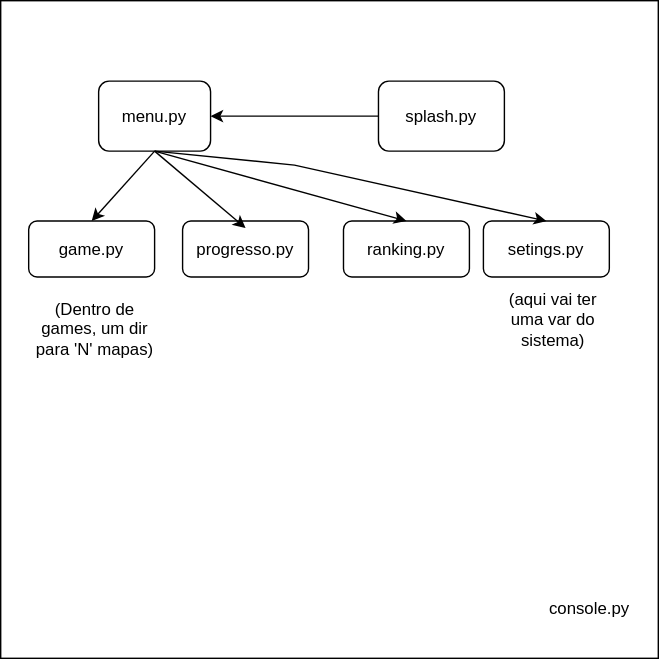
Above: planjamento.drawio.svg in JJ-s-Rouguelike/Campanha (draw.io), before the change. Source tidied: cells renumbered, new cells last; positions are measured from the earlier drawing's top-left corner, leaving out a move shared by most shapes.
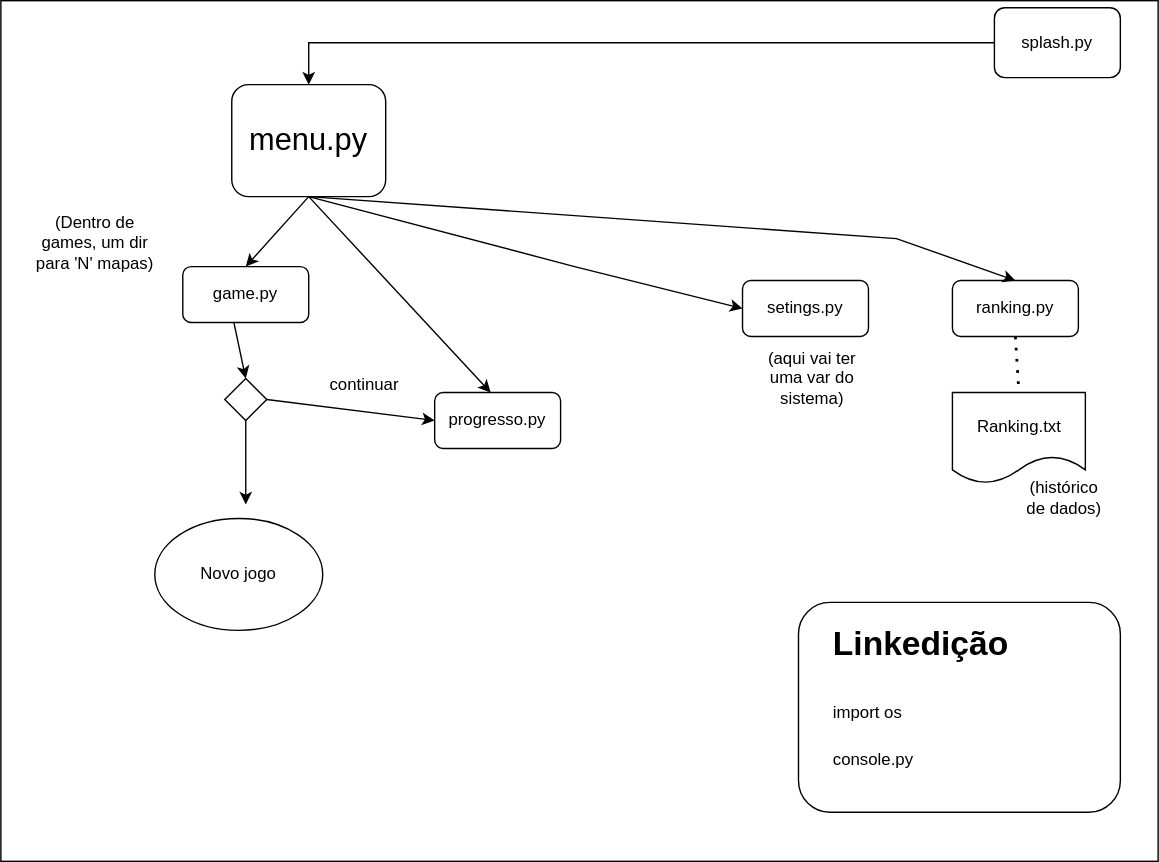
Above is the later version.

Commit message:
novo plano

Diff of the diagram source:
```diff
@@ -2,74 +2,121 @@
   <root>
     <mxCell id="0" />
     <mxCell id="1" parent="0" />
-    <mxCell id="2" style="whiteSpace=wrap;html=1;" parent="1" vertex="1">
-      <mxGeometry width="470" height="470" as="geometry" />
-    </mxCell>
-    <mxCell id="3" value="console.py" style="text;html=1;strokeColor=none;fillColor=none;align=center;verticalAlign=middle;whiteSpace=wrap;rounded=0;" parent="1" vertex="1">
-      <mxGeometry x="391" y="420" width="60" height="30" as="geometry" />
-    </mxCell>
+    <mxCell id="23" style="rounded=0;whiteSpace=wrap;html=1;" parent="1" vertex="1">
+      <mxGeometry x="-179" y="-150" width="827" height="615" as="geometry" />
+    </mxCell>
     <mxCell id="4" style="rounded=1;whiteSpace=wrap;html=1;" parent="1" vertex="1">
-      <mxGeometry x="70" y="57.5" width="80" height="50" as="geometry" />
+      <mxGeometry x="-14" y="-90" width="110" height="80" as="geometry" />
     </mxCell>
-    <mxCell id="5" value="menu.py" style="text;html=1;strokeColor=none;fillColor=none;align=center;verticalAlign=middle;whiteSpace=wrap;rounded=0;" parent="1" vertex="1">
-      <mxGeometry x="80" y="67.5" width="60" height="30" as="geometry" />
+    <mxCell id="5" value="&lt;font style=&quot;font-size: 22px;&quot;&gt;menu.py&lt;/font&gt;" style="text;html=1;strokeColor=none;fillColor=none;align=center;verticalAlign=middle;whiteSpace=wrap;rounded=0;" parent="1" vertex="1">
+      <mxGeometry x="11" y="-65" width="60" height="30" as="geometry" />
     </mxCell>
-    <mxCell id="6" style="edgeStyle=orthogonalEdgeStyle;rounded=0;jettySize=auto;html=1;" parent="1" edge="1" source="7" target="4">
-      <mxGeometry relative="1" as="geometry" />
-    </mxCell>
     <mxCell id="7" style="rounded=1;whiteSpace=wrap;html=1;" parent="1" vertex="1">
-      <mxGeometry x="270" y="57.5" width="90" height="50" as="geometry" />
+      <mxGeometry x="531" y="-145" width="90" height="50" as="geometry" />
     </mxCell>
     <mxCell id="8" value="splash.py" style="text;html=1;strokeColor=none;fillColor=none;align=center;verticalAlign=middle;whiteSpace=wrap;rounded=0;" parent="1" vertex="1">
-      <mxGeometry x="285" y="67.5" width="60" height="30" as="geometry" />
+      <mxGeometry x="546" y="-135" width="60" height="30" as="geometry" />
     </mxCell>
     <mxCell id="9" style="rounded=1;whiteSpace=wrap;html=1;" parent="1" vertex="1">
-      <mxGeometry x="20" y="157.5" width="90" height="40" as="geometry" />
+      <mxGeometry x="-49" y="40" width="90" height="40" as="geometry" />
     </mxCell>
     <mxCell id="10" value="game.py" style="text;html=1;strokeColor=none;fillColor=none;align=center;verticalAlign=middle;whiteSpace=wrap;rounded=0;" parent="1" vertex="1">
-      <mxGeometry x="35" y="162.5" width="60" height="30" as="geometry" />
+      <mxGeometry x="-34" y="45" width="60" height="30" as="geometry" />
     </mxCell>
     <mxCell id="11" style="rounded=1;whiteSpace=wrap;html=1;" parent="1" vertex="1">
-      <mxGeometry x="245" y="157.5" width="90" height="40" as="geometry" />
+      <mxGeometry x="501" y="50" width="90" height="40" as="geometry" />
     </mxCell>
     <mxCell id="12" style="endArrow=classic;html=1;rounded=0;exitX=0.5;exitY=1;exitDx=0;exitDy=0;entryX=0.5;entryY=0;entryDx=0;entryDy=0;" parent="1" edge="1" source="4" target="9">
       <mxGeometry relative="1" as="geometry" />
     </mxCell>
     <mxCell id="13" style="endArrow=classic;html=1;rounded=0;exitX=0.5;exitY=1;exitDx=0;exitDy=0;entryX=0.5;entryY=0;entryDx=0;entryDy=0;" parent="1" edge="1" source="4" target="11">
-      <mxGeometry relative="1" as="geometry" />
+      <mxGeometry relative="1" as="geometry">
+        <Array as="points">
+          <mxPoint x="461" y="20" />
+        </Array>
+      </mxGeometry>
     </mxCell>
     <mxCell id="14" value="ranking.py" style="text;html=1;strokeColor=none;fillColor=none;align=center;verticalAlign=middle;whiteSpace=wrap;rounded=0;" parent="1" vertex="1">
-      <mxGeometry x="260" y="162.5" width="60" height="30" as="geometry" />
+      <mxGeometry x="516" y="55" width="60" height="30" as="geometry" />
     </mxCell>
     <mxCell id="15" style="rounded=1;whiteSpace=wrap;html=1;" parent="1" vertex="1">
-      <mxGeometry x="345" y="157.5" width="90" height="40" as="geometry" />
+      <mxGeometry x="351" y="50" width="90" height="40" as="geometry" />
     </mxCell>
     <mxCell id="16" value="setings.py" style="text;html=1;strokeColor=none;fillColor=none;align=center;verticalAlign=middle;whiteSpace=wrap;rounded=0;" parent="1" vertex="1">
-      <mxGeometry x="360" y="162.5" width="60" height="30" as="geometry" />
+      <mxGeometry x="366" y="55" width="60" height="30" as="geometry" />
     </mxCell>
-    <mxCell id="17" style="endArrow=classic;html=1;rounded=0;exitX=0.5;exitY=1;exitDx=0;exitDy=0;entryX=0.5;entryY=0;entryDx=0;entryDy=0;" parent="1" edge="1" source="4" target="15">
+    <mxCell id="17" style="endArrow=classic;html=1;rounded=0;exitX=0.5;exitY=1;exitDx=0;exitDy=0;entryX=0;entryY=0.5;entryDx=0;entryDy=0;" parent="1" edge="1" source="4" target="15">
       <mxGeometry relative="1" as="geometry">
         <Array as="points">
-          <mxPoint x="210" y="117.5" />
+          <mxPoint x="231" y="40" />
         </Array>
       </mxGeometry>
     </mxCell>
     <mxCell id="18" value="(aqui vai ter uma var do sistema)" style="text;html=1;strokeColor=none;fillColor=none;align=center;verticalAlign=middle;whiteSpace=wrap;rounded=0;" parent="1" vertex="1">
-      <mxGeometry x="350" y="197.5" width="90" height="60" as="geometry" />
+      <mxGeometry x="356" y="90" width="90" height="60" as="geometry" />
     </mxCell>
     <mxCell id="19" value="(Dentro de games, um dir para 'N' mapas)" style="text;html=1;strokeColor=none;fillColor=none;align=center;verticalAlign=middle;whiteSpace=wrap;rounded=0;" parent="1" vertex="1">
-      <mxGeometry x="20" y="212.5" width="95" height="45" as="geometry" />
+      <mxGeometry x="-159" width="95" height="45" as="geometry" />
     </mxCell>
     <mxCell id="20" style="rounded=1;whiteSpace=wrap;html=1;" parent="1" vertex="1">
-      <mxGeometry x="130" y="157.5" width="90" height="40" as="geometry" />
+      <mxGeometry x="131" y="130" width="90" height="40" as="geometry" />
     </mxCell>
     <mxCell id="21" value="progresso.py" style="text;html=1;strokeColor=none;fillColor=none;align=center;verticalAlign=middle;whiteSpace=wrap;rounded=0;" parent="1" vertex="1">
-      <mxGeometry x="145" y="162.5" width="60" height="30" as="geometry" />
+      <mxGeometry x="146" y="135" width="60" height="30" as="geometry" />
     </mxCell>
-    <mxCell id="22" style="endArrow=classic;html=1;rounded=0;entryX=0.5;entryY=0;entryDx=0;entryDy=0;" parent="1" edge="1" target="21">
+    <mxCell id="22" style="endArrow=classic;html=1;rounded=0;" parent="1" edge="1">
       <mxGeometry relative="1" as="geometry">
-        <mxPoint x="110" y="107.5" as="sourcePoint" />
+        <mxPoint x="41" y="-10" as="sourcePoint" />
+        <mxPoint x="171" y="130" as="targetPoint" />
       </mxGeometry>
     </mxCell>
+    <mxCell id="24" style="rhombus;whiteSpace=wrap;html=1;" parent="1" vertex="1">
+      <mxGeometry x="-19" y="120" width="30" height="30" as="geometry" />
+    </mxCell>
+    <mxCell id="25" style="endArrow=classic;html=1;rounded=0;exitX=1;exitY=0.5;exitDx=0;exitDy=0;entryX=0;entryY=0.5;entryDx=0;entryDy=0;" parent="1" edge="1" source="24" target="20">
+      <mxGeometry relative="1" as="geometry" />
+    </mxCell>
+    <mxCell id="26" value="continuar" style="text;html=1;strokeColor=none;fillColor=none;align=center;verticalAlign=middle;whiteSpace=wrap;rounded=0;" parent="1" vertex="1">
+      <mxGeometry x="51" y="110" width="60" height="30" as="geometry" />
+    </mxCell>
+    <mxCell id="27" style="endArrow=classic;html=1;rounded=0;exitX=0.406;exitY=1.002;exitDx=0;exitDy=0;exitPerimeter=0;entryX=0.5;entryY=0;entryDx=0;entryDy=0;" parent="1" edge="1" source="9" target="24">
+      <mxGeometry relative="1" as="geometry" />
+    </mxCell>
+    <mxCell id="28" style="endArrow=classic;html=1;rounded=0;exitX=0.5;exitY=1;exitDx=0;exitDy=0;" parent="1" edge="1" source="24">
+      <mxGeometry relative="1" as="geometry">
+        <mxPoint x="-4" y="210" as="targetPoint" />
+      </mxGeometry>
+    </mxCell>
+    <mxCell id="29" style="rounded=1;whiteSpace=wrap;html=1;" parent="1" vertex="1">
+      <mxGeometry x="391" y="280" width="230" height="150" as="geometry" />
+    </mxCell>
+    <mxCell id="30" value="&lt;h1&gt;&lt;span style=&quot;background-color: initial;&quot;&gt;Linkedição&lt;/span&gt;&lt;/h1&gt;&lt;h1&gt;&lt;span style=&quot;font-size: 12px; font-weight: 400;&quot;&gt;import os&lt;/span&gt;&lt;/h1&gt;&lt;div&gt;&lt;span style=&quot;font-size: 12px; font-weight: 400;&quot;&gt;console.py&lt;/span&gt;&lt;/div&gt;" style="text;html=1;strokeColor=none;fillColor=none;spacing=5;spacingTop=-20;whiteSpace=wrap;overflow=hidden;rounded=0;" parent="1" vertex="1">
+      <mxGeometry x="411" y="290" width="190" height="120" as="geometry" />
+    </mxCell>
+    <mxCell id="6" style="endArrow=classic;html=1;rounded=0;exitX=0;exitY=0.5;exitDx=0;exitDy=0;entryX=0.5;entryY=0;entryDx=0;entryDy=0;" parent="1" edge="1" source="7" target="4">
+      <mxGeometry relative="1" as="geometry">
+        <Array as="points">
+          <mxPoint x="41" y="-120" />
+        </Array>
+      </mxGeometry>
+    </mxCell>
+    <mxCell id="31" style="shape=document;whiteSpace=wrap;html=1;boundedLbl=1;" parent="1" vertex="1">
+      <mxGeometry x="501" y="130" width="95" height="65" as="geometry" />
+    </mxCell>
+    <mxCell id="32" value="Ranking.txt" style="text;html=1;strokeColor=none;fillColor=none;align=center;verticalAlign=middle;whiteSpace=wrap;rounded=0;" parent="1" vertex="1">
+      <mxGeometry x="518.5" y="140" width="60" height="30" as="geometry" />
+    </mxCell>
+    <mxCell id="33" value="(histórico de dados)" style="text;html=1;strokeColor=none;fillColor=none;align=center;verticalAlign=middle;whiteSpace=wrap;rounded=0;" parent="1" vertex="1">
+      <mxGeometry x="551" y="190" width="60" height="30" as="geometry" />
+    </mxCell>
+    <mxCell id="34" style="endArrow=none;dashed=1;html=1;dashPattern=1 3;strokeWidth=2;rounded=0;entryX=0.5;entryY=0;entryDx=0;entryDy=0;exitX=0.5;exitY=1;exitDx=0;exitDy=0;" parent="1" edge="1" source="11" target="31">
+      <mxGeometry relative="1" as="geometry" />
+    </mxCell>
+    <mxCell id="35" style="ellipse;whiteSpace=wrap;html=1;" parent="1" vertex="1">
+      <mxGeometry x="-69" y="220" width="120" height="80" as="geometry" />
+    </mxCell>
+    <mxCell id="36" value="Novo jogo" style="text;html=1;strokeColor=none;fillColor=none;align=center;verticalAlign=middle;whiteSpace=wrap;rounded=0;" parent="1" vertex="1">
+      <mxGeometry x="-39" y="245" width="60" height="30" as="geometry" />
+    </mxCell>
   </root>
 </mxGraphModel>
```
